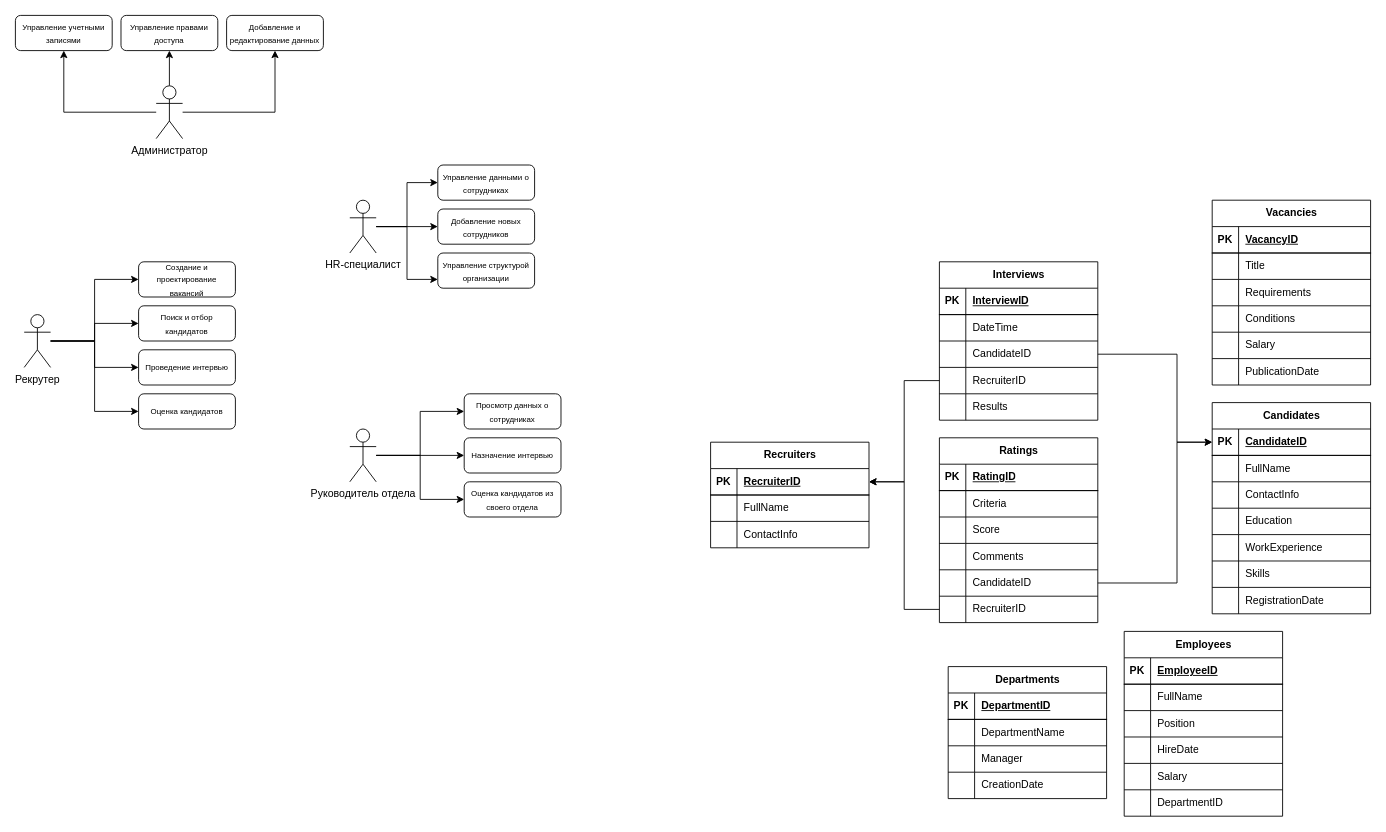
Earlier version of the draw.io diagram ПиРДБИП/Lab1/UML.drawio (SaintDesire/Labs_3-2). Source tidied: cells renumbered, new cells numbered last; positions are measured from the earlier drawing's top-left corner, leaving out a move shared by most shapes. Both pictures are drawn from the tidied source at 88%, with x=0, y=0 at pixel (15, 15).
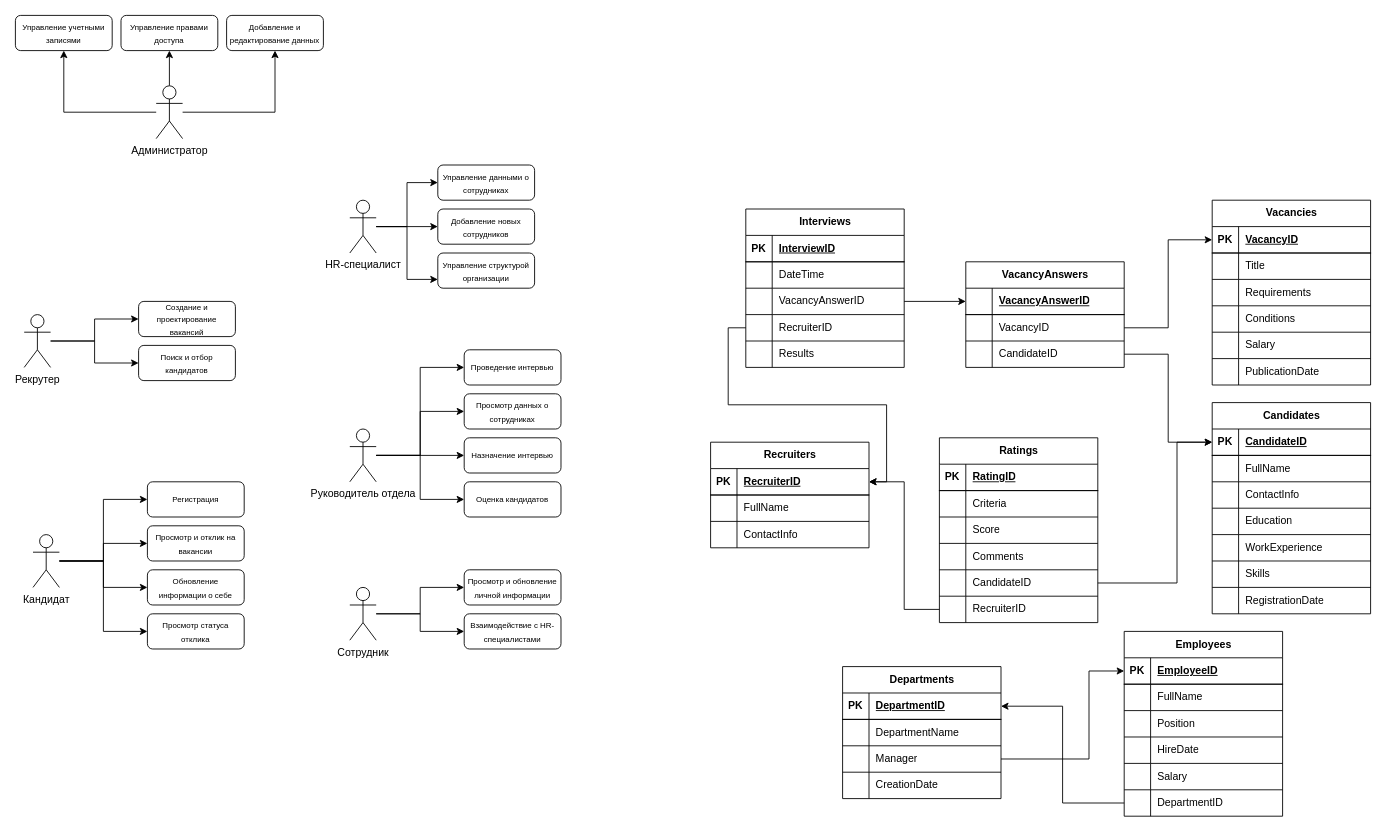
The same diagram, later.

Unchanged cells that the change refers to:
```xml
<mxCell id="13" value="Рекрутер" style="shape=umlActor;verticalLabelPosition=bottom;verticalAlign=top;html=1;outlineConnect=0;" parent="1" vertex="1">
  <mxGeometry x="10" y="340" width="30" height="60" as="geometry" />
</mxCell>
<mxCell id="28" value="Руководитель отдела" style="shape=umlActor;verticalLabelPosition=bottom;verticalAlign=top;html=1;outlineConnect=0;" parent="1" vertex="1">
  <mxGeometry x="380" y="470" width="30" height="60" as="geometry" />
</mxCell>
<mxCell id="33" style="shape=tableRow;horizontal=0;startSize=0;swimlaneHead=0;swimlaneBody=0;fillColor=none;points=[[0,0.5],[1,0.5]];portConstraint=eastwest;top=0;left=0;right=0;bottom=1;" parent="32" vertex="1">
  <mxGeometry y="30" width="180" height="30" as="geometry" />
</mxCell>
<mxCell id="55" style="shape=tableRow;horizontal=0;startSize=0;swimlaneHead=0;swimlaneBody=0;fillColor=none;points=[[0,0.5],[1,0.5]];portConstraint=eastwest;top=0;left=0;right=0;bottom=1;" parent="54" vertex="1">
  <mxGeometry y="30" width="180" height="30" as="geometry" />
</mxCell>
<mxCell id="74" style="shape=tableRow;horizontal=0;startSize=0;swimlaneHead=0;swimlaneBody=0;fillColor=none;points=[[0,0.5],[1,0.5]];portConstraint=eastwest;top=0;left=0;right=0;bottom=1;" parent="73" vertex="1">
  <mxGeometry y="30" width="180" height="30" as="geometry" />
</mxCell>
<mxCell id="89" style="shape=tableRow;horizontal=0;startSize=0;swimlaneHead=0;swimlaneBody=0;fillColor=none;points=[[0,0.5],[1,0.5]];portConstraint=eastwest;top=0;left=0;right=0;bottom=0;" parent="73" vertex="1">
  <mxGeometry y="180" width="180" height="30" as="geometry" />
</mxCell>
<mxCell id="93" style="shape=tableRow;horizontal=0;startSize=0;swimlaneHead=0;swimlaneBody=0;fillColor=none;points=[[0,0.5],[1,0.5]];portConstraint=eastwest;top=0;left=0;right=0;bottom=1;" parent="92" vertex="1">
  <mxGeometry y="30" width="180" height="30" as="geometry" />
</mxCell>
<mxCell id="99" style="shape=tableRow;horizontal=0;startSize=0;swimlaneHead=0;swimlaneBody=0;fillColor=none;points=[[0,0.5],[1,0.5]];portConstraint=eastwest;top=0;left=0;right=0;bottom=0;" parent="92" vertex="1">
  <mxGeometry y="90" width="180" height="30" as="geometry" />
</mxCell>
<mxCell id="112" style="shape=tableRow;horizontal=0;startSize=0;swimlaneHead=0;swimlaneBody=0;fillColor=none;points=[[0,0.5],[1,0.5]];portConstraint=eastwest;top=0;left=0;right=0;bottom=0;" parent="105" vertex="1">
  <mxGeometry y="90" width="180" height="30" as="geometry" />
</mxCell>
```

What changed in the source:
```diff
@@
-    <mxCell id="11" style="edgeStyle=orthogonalEdgeStyle;rounded=0;jettySize=auto;html=1;entryX=0;entryY=0.5;entryDx=0;entryDy=0;" parent="1" edge="1" source="13" target="16">
-      <mxGeometry relative="1" as="geometry" />
-    </mxCell>
-    <mxCell id="12" style="edgeStyle=orthogonalEdgeStyle;rounded=0;jettySize=auto;html=1;entryX=0;entryY=0.5;entryDx=0;entryDy=0;" parent="1" edge="1" source="13" target="17">
-      <mxGeometry relative="1" as="geometry" />
-    </mxCell>
@@
     <mxCell id="14" value="&lt;font style=&quot;font-size: 9px;&quot;&gt;Создание и проектирование вакансий&lt;br&gt;&lt;/font&gt;" style="rounded=1;whiteSpace=wrap;html=1;" parent="1" vertex="1">
-      <mxGeometry x="140" y="280" width="110" height="40" as="geometry" />
+      <mxGeometry x="140" y="325" width="110" height="40" as="geometry" />
     </mxCell>
     <mxCell id="15" value="&lt;font style=&quot;font-size: 9px;&quot;&gt;Поиск и отбор кандидатов&lt;br&gt;&lt;/font&gt;" style="rounded=1;whiteSpace=wrap;html=1;" parent="1" vertex="1">
-      <mxGeometry x="140" y="330" width="110" height="40" as="geometry" />
+      <mxGeometry x="140" y="375" width="110" height="40" as="geometry" />
     </mxCell>
     <mxCell id="16" value="&lt;font style=&quot;font-size: 9px;&quot;&gt;Проведение интервью&lt;br&gt;&lt;/font&gt;" style="rounded=1;whiteSpace=wrap;html=1;" parent="1" vertex="1">
-      <mxGeometry x="140" y="380" width="110" height="40" as="geometry" />
+      <mxGeometry x="510" y="380" width="110" height="40" as="geometry" />
     </mxCell>
-    <mxCell id="17" value="&lt;font style=&quot;font-size: 9px;&quot;&gt;Оценка кандидатов&lt;br&gt;&lt;/font&gt;" style="rounded=1;whiteSpace=wrap;html=1;" parent="1" vertex="1">
-      <mxGeometry x="140" y="430" width="110" height="40" as="geometry" />
-    </mxCell>
@@
+    <mxCell id="154" style="edgeStyle=orthogonalEdgeStyle;rounded=0;jettySize=auto;html=1;entryX=0;entryY=0.5;entryDx=0;entryDy=0;" parent="1" edge="1" source="28" target="16">
+      <mxGeometry relative="1" as="geometry" />
+    </mxCell>
@@
-    <mxCell id="31" value="&lt;font style=&quot;font-size: 9px;&quot;&gt;Оценка кандидатов из своего отдела&lt;br&gt;&lt;/font&gt;" style="rounded=1;whiteSpace=wrap;html=1;" parent="1" vertex="1">
+    <mxCell id="31" value="&lt;font style=&quot;font-size: 9px;&quot;&gt;Оценка кандидатов&lt;br&gt;&lt;/font&gt;" style="rounded=1;whiteSpace=wrap;html=1;" parent="1" vertex="1">
       <mxGeometry x="510" y="530" width="110" height="40" as="geometry" />
     </mxCell>
@@
     <mxCell id="92" value="Departments" style="shape=table;startSize=30;childLayout=tableLayout;rowLines=1;fontStyle=1;align=center;html=1;" parent="1" vertex="1">
-      <mxGeometry x="1060" y="740" width="180" height="150" as="geometry" />
+      <mxGeometry x="940" y="740" width="180" height="150" as="geometry" />
     </mxCell>
@@
     <mxCell id="105" value="Interviews" style="shape=table;startSize=30;childLayout=tableLayout;rowLines=1;fontStyle=1;align=center;html=1;" parent="1" vertex="1">
-      <mxGeometry x="1050" y="280" width="180" height="180" as="geometry" />
+      <mxGeometry x="830" y="220" width="180" height="180" as="geometry" />
     </mxCell>
@@
-    <mxCell id="114" value="CandidateID" style="shape=partialRectangle;fillColor=none;top=0;left=0;bottom=0;right=0;align=left;spacingLeft=6;overflow=hidden;whiteSpace=wrap;html=1;" parent="112" vertex="1">
+    <mxCell id="114" value="VacancyAnswerID" style="shape=partialRectangle;fillColor=none;top=0;left=0;bottom=0;right=0;align=left;spacingLeft=6;overflow=hidden;whiteSpace=wrap;html=1;" parent="112" vertex="1">
       <mxGeometry x="30" width="150" height="30" as="geometry" />
     </mxCell>
@@
-    <mxCell id="151" style="edgeStyle=orthogonalEdgeStyle;rounded=0;jettySize=auto;html=1;" parent="1" edge="1" source="112" target="33">
-      <mxGeometry relative="1" as="geometry">
-        <Array as="points">
-          <mxPoint x="1320" y="385" />
-          <mxPoint x="1320" y="485" />
-        </Array>
-      </mxGeometry>
-    </mxCell>
@@
+    <mxCell id="155" style="edgeStyle=orthogonalEdgeStyle;rounded=0;jettySize=auto;html=1;entryX=1;entryY=0.5;entryDx=0;entryDy=0;" parent="1" edge="1" source="89" target="93">
+      <mxGeometry relative="1" as="geometry" />
+    </mxCell>
+    <mxCell id="156" style="edgeStyle=orthogonalEdgeStyle;rounded=0;jettySize=auto;html=1;entryX=0;entryY=0.5;entryDx=0;entryDy=0;" parent="1" edge="1" source="99" target="74">
+      <mxGeometry relative="1" as="geometry">
+        <Array as="points">
+          <mxPoint x="1220" y="845" />
+          <mxPoint x="1220" y="745" />
+        </Array>
+      </mxGeometry>
+    </mxCell>
+    <mxCell id="157" style="edgeStyle=orthogonalEdgeStyle;rounded=0;jettySize=auto;html=1;entryX=0;entryY=0.5;entryDx=0;entryDy=0;" parent="1" edge="1" source="161" target="162">
+      <mxGeometry relative="1" as="geometry" />
+    </mxCell>
+    <mxCell id="158" style="edgeStyle=orthogonalEdgeStyle;rounded=0;jettySize=auto;html=1;entryX=0;entryY=0.5;entryDx=0;entryDy=0;" parent="1" edge="1" source="161" target="163">
+      <mxGeometry relative="1" as="geometry" />
+    </mxCell>
+    <mxCell id="159" style="edgeStyle=orthogonalEdgeStyle;rounded=0;jettySize=auto;html=1;entryX=0;entryY=0.5;entryDx=0;entryDy=0;" parent="1" edge="1" source="161" target="164">
+      <mxGeometry relative="1" as="geometry" />
+    </mxCell>
+    <mxCell id="160" style="edgeStyle=orthogonalEdgeStyle;rounded=0;jettySize=auto;html=1;entryX=0;entryY=0.5;entryDx=0;entryDy=0;" parent="1" edge="1" source="161" target="165">
+      <mxGeometry relative="1" as="geometry" />
+    </mxCell>
+    <mxCell id="161" value="Кандидат" style="shape=umlActor;verticalLabelPosition=bottom;verticalAlign=top;html=1;outlineConnect=0;" parent="1" vertex="1">
+      <mxGeometry x="20" y="590" width="30" height="60" as="geometry" />
+    </mxCell>
+    <mxCell id="162" value="&lt;font style=&quot;font-size: 9px;&quot;&gt;Регистрация&lt;br&gt;&lt;/font&gt;" style="rounded=1;whiteSpace=wrap;html=1;" parent="1" vertex="1">
+      <mxGeometry x="150" y="530" width="110" height="40" as="geometry" />
+    </mxCell>
+    <mxCell id="163" value="&lt;font style=&quot;font-size: 9px;&quot;&gt;Просмотр и отклик на вакансии&lt;br&gt;&lt;/font&gt;" style="rounded=1;whiteSpace=wrap;html=1;" parent="1" vertex="1">
+      <mxGeometry x="150" y="580" width="110" height="40" as="geometry" />
+    </mxCell>
+    <mxCell id="164" value="&lt;font style=&quot;font-size: 9px;&quot;&gt;Обновление информации о себе&lt;br&gt;&lt;/font&gt;" style="rounded=1;whiteSpace=wrap;html=1;" parent="1" vertex="1">
+      <mxGeometry x="150" y="630" width="110" height="40" as="geometry" />
+    </mxCell>
+    <mxCell id="165" value="&lt;font style=&quot;font-size: 9px;&quot;&gt;Просмотр статуса отклика&lt;br&gt;&lt;/font&gt;" style="rounded=1;whiteSpace=wrap;html=1;" parent="1" vertex="1">
+      <mxGeometry x="150" y="680" width="110" height="40" as="geometry" />
+    </mxCell>
+    <mxCell id="166" style="edgeStyle=orthogonalEdgeStyle;rounded=0;jettySize=auto;html=1;entryX=0;entryY=0.5;entryDx=0;entryDy=0;" parent="1" edge="1" source="168" target="169">
+      <mxGeometry relative="1" as="geometry" />
+    </mxCell>
+    <mxCell id="167" style="edgeStyle=orthogonalEdgeStyle;rounded=0;jettySize=auto;html=1;entryX=0;entryY=0.5;entryDx=0;entryDy=0;" parent="1" edge="1" source="168" target="170">
+      <mxGeometry relative="1" as="geometry" />
+    </mxCell>
+    <mxCell id="168" value="Сотрудник" style="shape=umlActor;verticalLabelPosition=bottom;verticalAlign=top;html=1;outlineConnect=0;" parent="1" vertex="1">
+      <mxGeometry x="380" y="650" width="30" height="60" as="geometry" />
+    </mxCell>
+    <mxCell id="169" value="&lt;font style=&quot;font-size: 9px;&quot;&gt;Просмотр и обновление личной информации&lt;br&gt;&lt;/font&gt;" style="rounded=1;whiteSpace=wrap;html=1;" parent="1" vertex="1">
+      <mxGeometry x="510" y="630" width="110" height="40" as="geometry" />
+    </mxCell>
+    <mxCell id="170" value="&lt;font style=&quot;font-size: 9px;&quot;&gt;Взаимодействие с HR-специалистами&lt;br&gt;&lt;/font&gt;" style="rounded=1;whiteSpace=wrap;html=1;" parent="1" vertex="1">
+      <mxGeometry x="510" y="680" width="110" height="40" as="geometry" />
+    </mxCell>
+    <mxCell id="171" value="VacancyAnswers" style="shape=table;startSize=30;childLayout=tableLayout;rowLines=1;fontStyle=1;align=center;html=1;" parent="1" vertex="1">
+      <mxGeometry x="1080" y="280" width="180" height="120" as="geometry" />
+    </mxCell>
+    <mxCell id="172" style="shape=tableRow;horizontal=0;startSize=0;swimlaneHead=0;swimlaneBody=0;fillColor=none;points=[[0,0.5],[1,0.5]];portConstraint=eastwest;top=0;left=0;right=0;bottom=1;" parent="171" vertex="1">
+      <mxGeometry y="30" width="180" height="30" as="geometry" />
+    </mxCell>
+    <mxCell id="173" style="shape=partialRectangle;fillColor=none;top=0;left=0;bottom=0;right=0;fontStyle=1;overflow=hidden;whiteSpace=wrap;html=1;" parent="172" vertex="1">
+      <mxGeometry width="30" height="30" as="geometry" />
+    </mxCell>
+    <mxCell id="174" value="VacancyAnswerID" style="shape=partialRectangle;fillColor=none;top=0;left=0;bottom=0;right=0;align=left;spacingLeft=6;fontStyle=5;overflow=hidden;whiteSpace=wrap;html=1;" parent="172" vertex="1">
+      <mxGeometry x="30" width="150" height="30" as="geometry" />
+    </mxCell>
+    <mxCell id="175" style="shape=tableRow;horizontal=0;startSize=0;swimlaneHead=0;swimlaneBody=0;fillColor=none;points=[[0,0.5],[1,0.5]];portConstraint=eastwest;top=0;left=0;right=0;bottom=0;" parent="171" vertex="1">
+      <mxGeometry y="60" width="180" height="30" as="geometry" />
+    </mxCell>
+    <mxCell id="176" value="&lt;div&gt;&lt;br/&gt;&lt;/div&gt;" style="shape=partialRectangle;fillColor=none;top=0;left=0;bottom=0;right=0;overflow=hidden;whiteSpace=wrap;html=1;" parent="175" vertex="1">
+      <mxGeometry width="30" height="30" as="geometry" />
+    </mxCell>
+    <mxCell id="177" value="VacancyID" style="shape=partialRectangle;fillColor=none;top=0;left=0;bottom=0;right=0;align=left;spacingLeft=6;overflow=hidden;whiteSpace=wrap;html=1;" parent="175" vertex="1">
+      <mxGeometry x="30" width="150" height="30" as="geometry" />
+    </mxCell>
+    <mxCell id="178" style="shape=tableRow;horizontal=0;startSize=0;swimlaneHead=0;swimlaneBody=0;fillColor=none;points=[[0,0.5],[1,0.5]];portConstraint=eastwest;top=0;left=0;right=0;bottom=0;" parent="171" vertex="1">
+      <mxGeometry y="90" width="180" height="30" as="geometry" />
+    </mxCell>
+    <mxCell id="179" value="&lt;div&gt;&lt;br/&gt;&lt;/div&gt;" style="shape=partialRectangle;fillColor=none;top=0;left=0;bottom=0;right=0;overflow=hidden;whiteSpace=wrap;html=1;" parent="178" vertex="1">
+      <mxGeometry width="30" height="30" as="geometry" />
+    </mxCell>
+    <mxCell id="180" value="CandidateID" style="shape=partialRectangle;fillColor=none;top=0;left=0;bottom=0;right=0;align=left;spacingLeft=6;overflow=hidden;whiteSpace=wrap;html=1;" parent="178" vertex="1">
+      <mxGeometry x="30" width="150" height="30" as="geometry" />
+    </mxCell>
+    <mxCell id="181" style="edgeStyle=orthogonalEdgeStyle;rounded=0;jettySize=auto;html=1;entryX=0;entryY=0.5;entryDx=0;entryDy=0;" parent="1" edge="1" source="112" target="172">
+      <mxGeometry relative="1" as="geometry" />
+    </mxCell>
+    <mxCell id="182" style="edgeStyle=orthogonalEdgeStyle;rounded=0;jettySize=auto;html=1;entryX=0;entryY=0.5;entryDx=0;entryDy=0;" parent="1" edge="1" source="178" target="33">
+      <mxGeometry relative="1" as="geometry" />
+    </mxCell>
+    <mxCell id="183" style="edgeStyle=orthogonalEdgeStyle;rounded=0;jettySize=auto;html=1;entryX=0;entryY=0.5;entryDx=0;entryDy=0;" parent="1" edge="1" source="175" target="55">
+      <mxGeometry relative="1" as="geometry" />
+    </mxCell>
```
